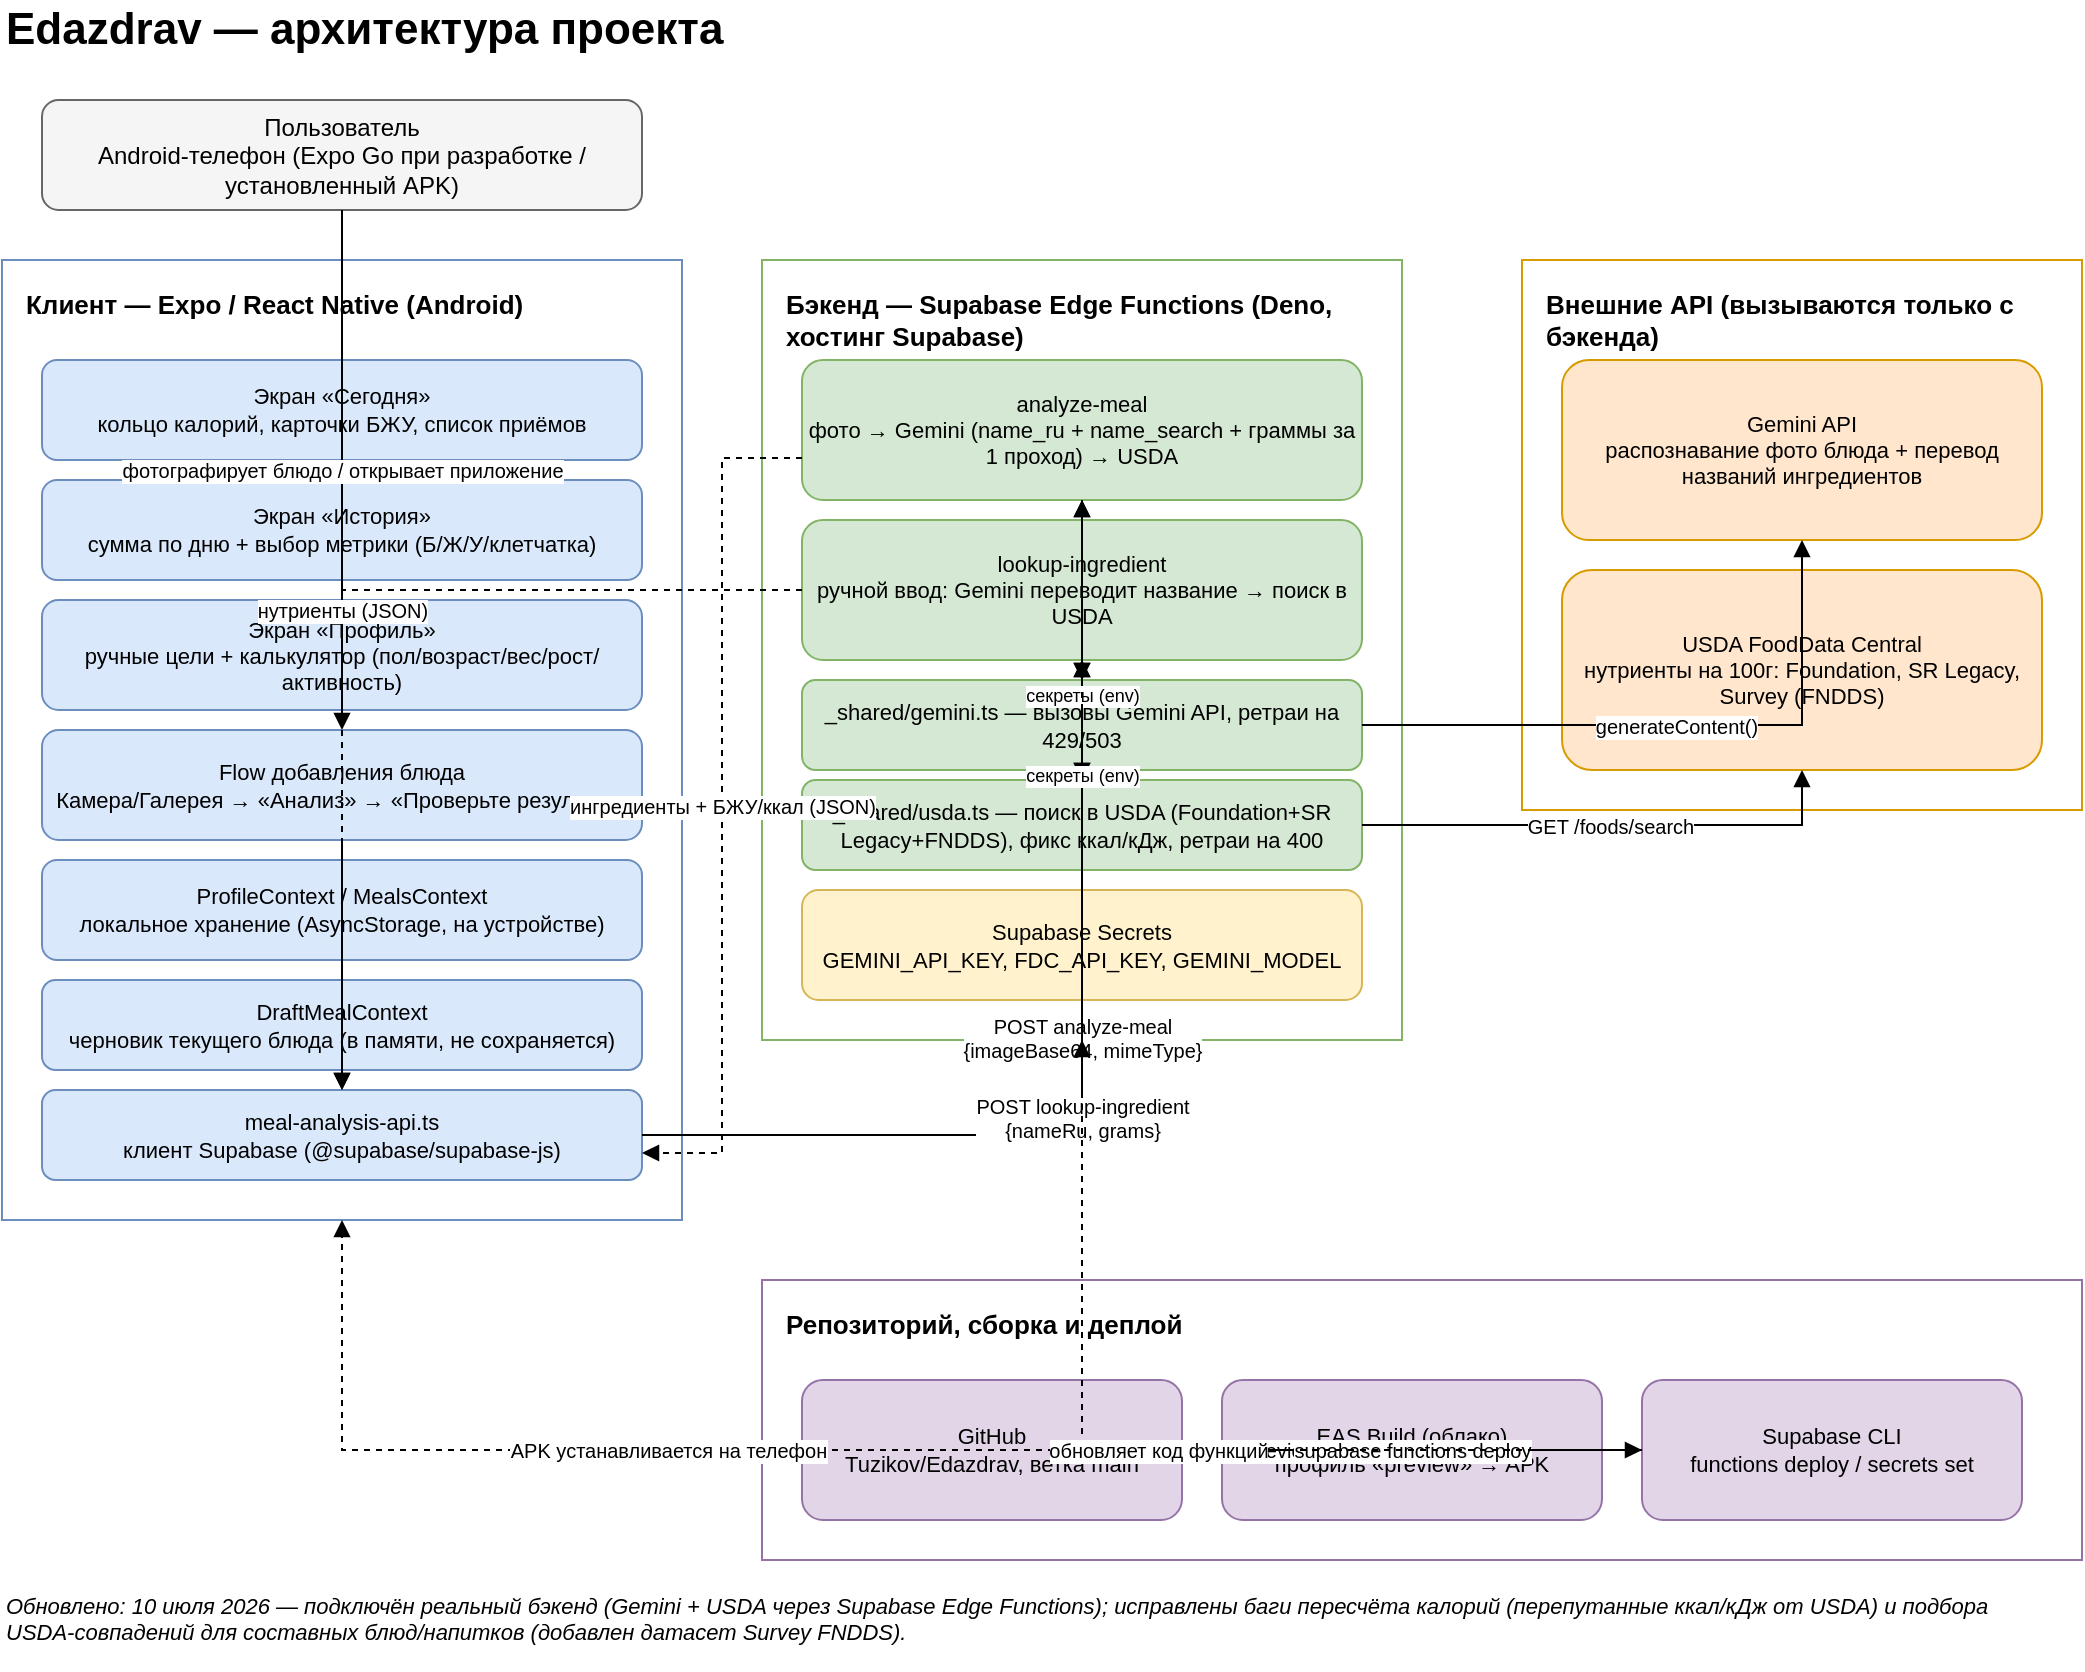
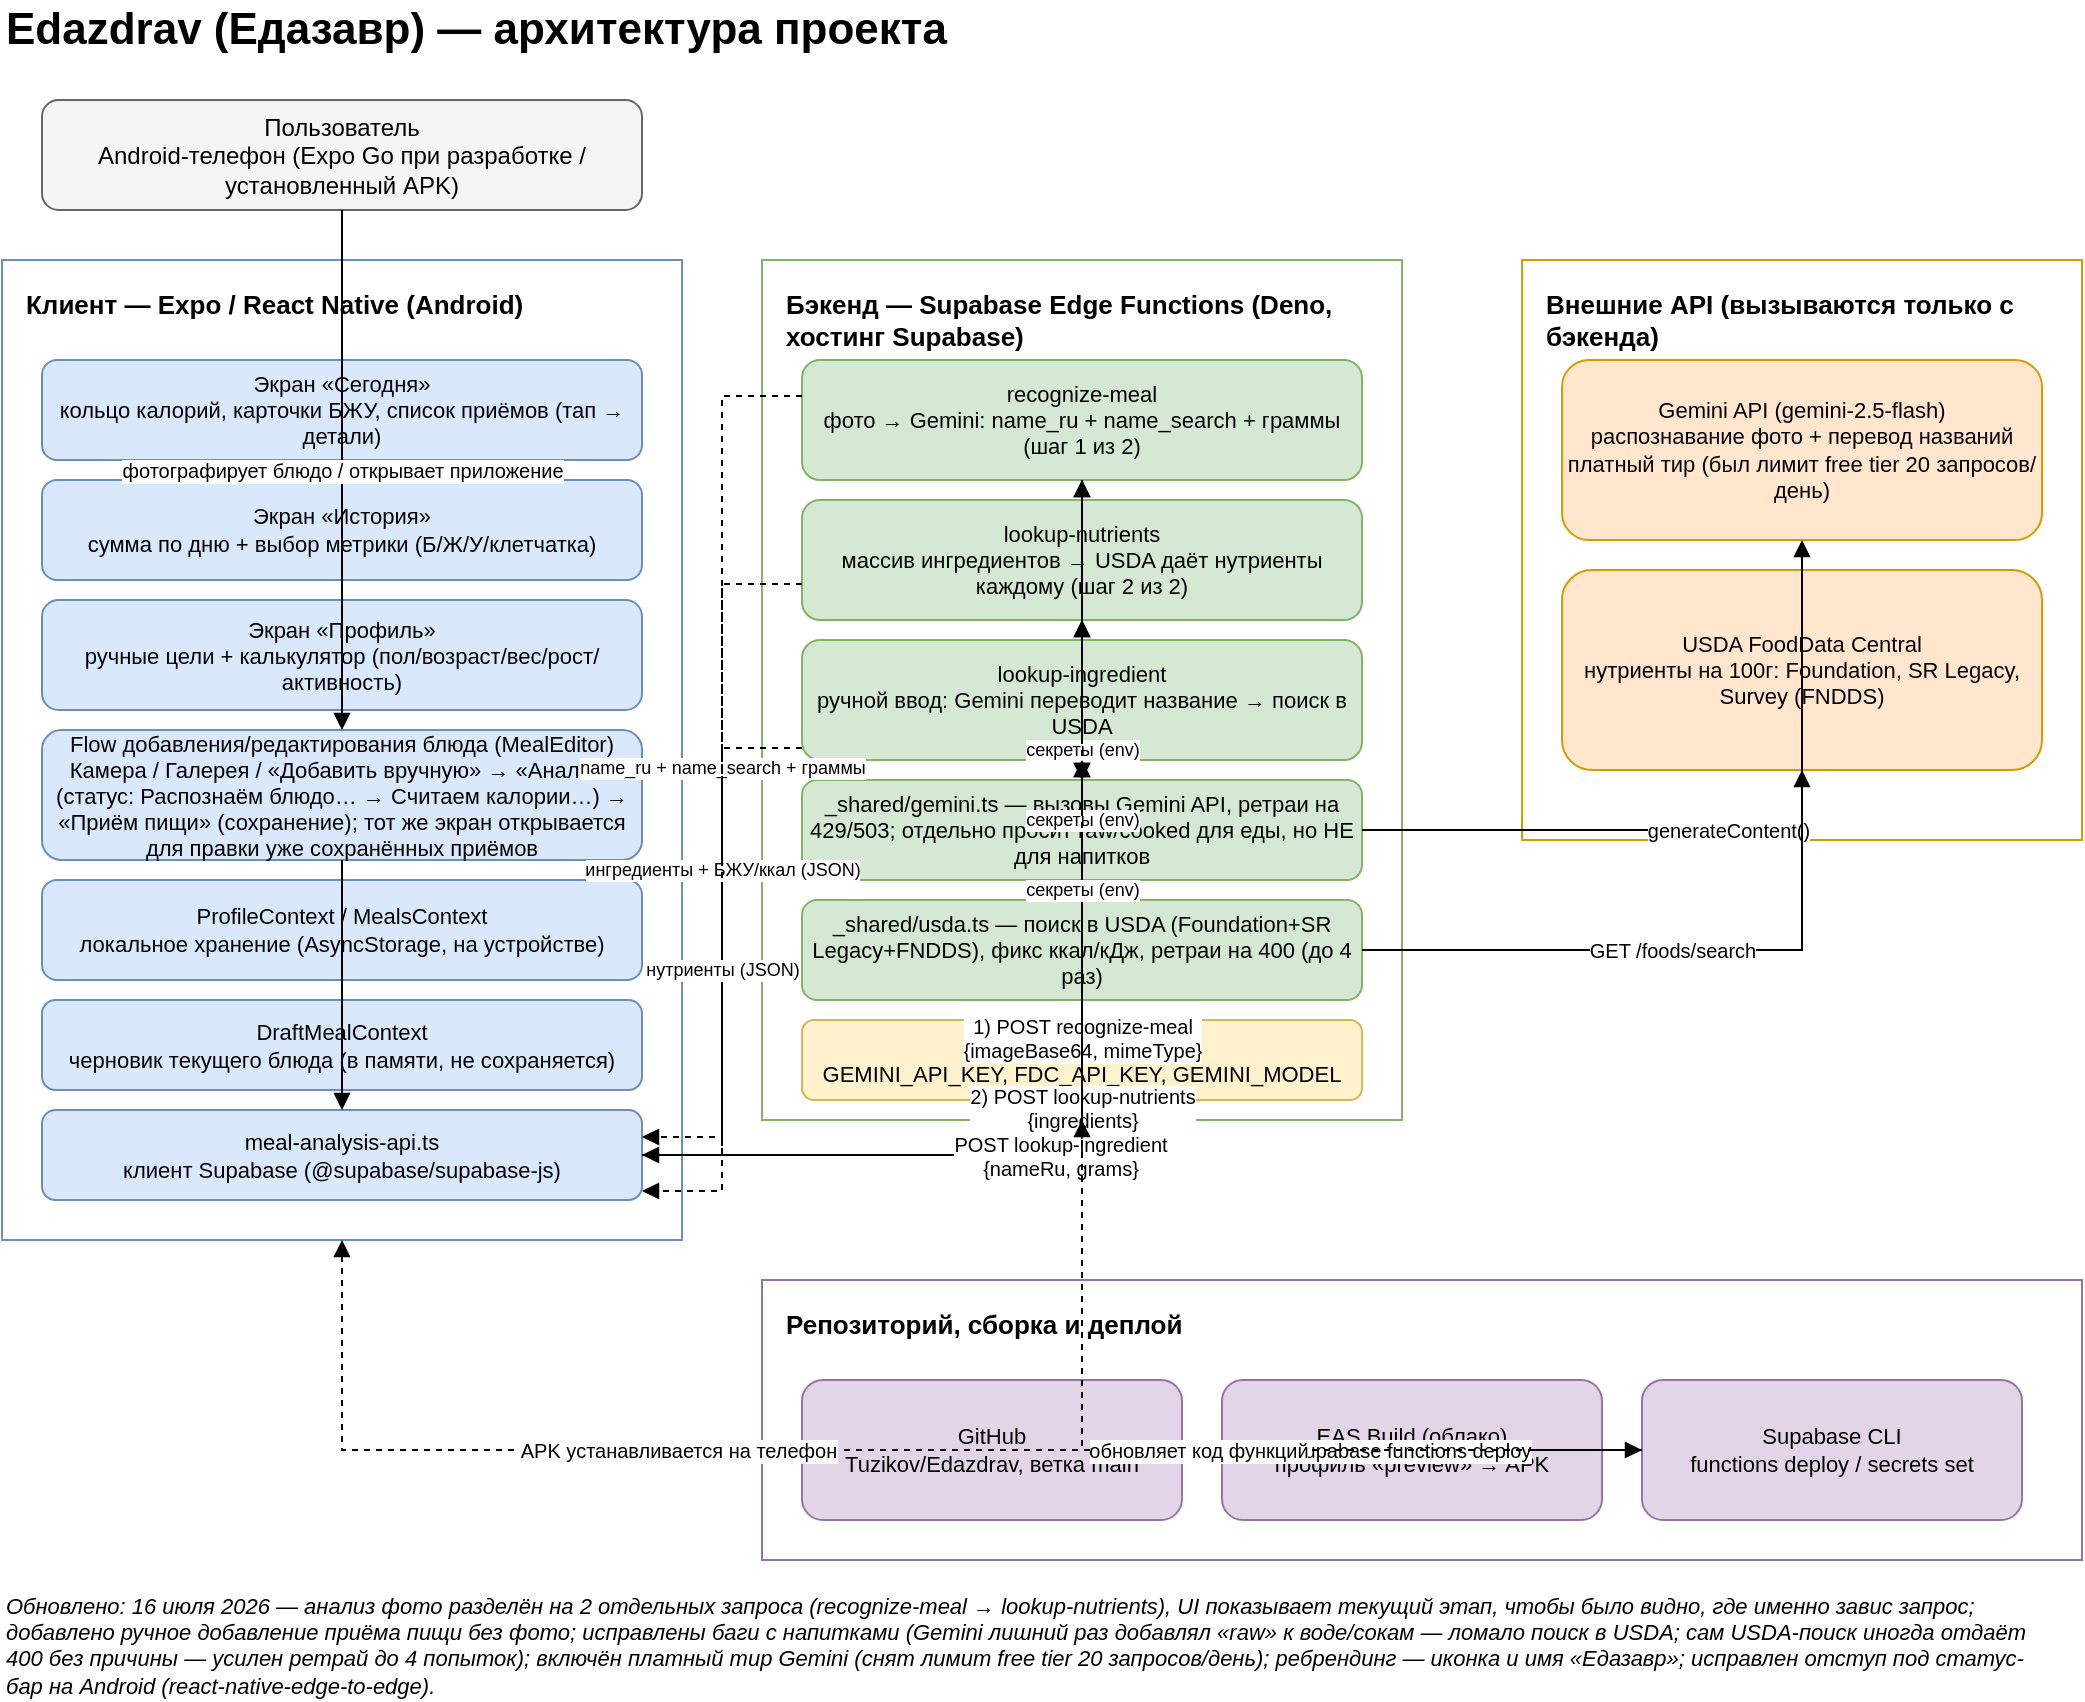
<mxfile host="app.diagrams.net" agent="Claude Code" version="24.7.5">
  <diagram name="Архитектура" id="edazdrav-architecture">
    <mxGraphModel dx="1200" dy="800" grid="1" gridSize="10" guides="1" tooltips="1" connect="1" arrows="1" fold="1" page="1" pageScale="1" pageWidth="1200" pageHeight="900" math="0" shadow="0">
      <root>
        <mxCell id="0" />
        <mxCell id="1" parent="0" />

        <!-- Title -->
-         <mxCell id="title" value="Edazdrav — архитектура проекта" style="text;html=1;fontSize=22;fontStyle=1;align=left;verticalAlign=middle;" vertex="1" parent="1">
+         <mxCell id="title" value="Edazdrav (Едазавр) — архитектура проекта" style="text;html=1;fontSize=22;fontStyle=1;align=left;verticalAlign=middle;" vertex="1" parent="1">
          <mxGeometry x="40" y="10" width="700" height="30" as="geometry" />
        </mxCell>

        <!-- User -->
        <mxCell id="user" value="Пользователь&lt;br&gt;Android-телефон (Expo Go при разработке / установленный APK)" style="rounded=1;whiteSpace=wrap;html=1;fillColor=#f5f5f5;strokeColor=#666666;fontSize=12;" vertex="1" parent="1">
          <mxGeometry x="60" y="60" width="300" height="55" as="geometry" />
        </mxCell>

        <!-- Container 1: Client -->
        <mxCell id="container1" value="Клиент — Expo / React Native (Android)" style="rounded=0;whiteSpace=wrap;html=1;fillColor=none;strokeColor=#6c8ebf;verticalAlign=top;align=left;spacingLeft=10;spacingTop=8;fontStyle=1;fontSize=13;dashed=0;" vertex="1" parent="1">
-           <mxGeometry x="40" y="140" width="340" height="480" as="geometry" />
+           <mxGeometry x="40" y="140" width="340" height="490" as="geometry" />
        </mxCell>

-         <mxCell id="n1" value="Экран «Сегодня»&lt;br&gt;кольцо калорий, карточки БЖУ, список приёмов" style="rounded=1;whiteSpace=wrap;html=1;fillColor=#dae8fc;strokeColor=#6c8ebf;fontSize=11;" vertex="1" parent="1">
+         <mxCell id="n1" value="Экран «Сегодня»&lt;br&gt;кольцо калорий, карточки БЖУ, список приёмов (тап → детали)" style="rounded=1;whiteSpace=wrap;html=1;fillColor=#dae8fc;strokeColor=#6c8ebf;fontSize=11;" vertex="1" parent="1">
          <mxGeometry x="60" y="190" width="300" height="50" as="geometry" />
        </mxCell>
        <mxCell id="n2" value="Экран «История»&lt;br&gt;сумма по дню + выбор метрики (Б/Ж/У/клетчатка)" style="rounded=1;whiteSpace=wrap;html=1;fillColor=#dae8fc;strokeColor=#6c8ebf;fontSize=11;" vertex="1" parent="1">
          <mxGeometry x="60" y="250" width="300" height="50" as="geometry" />
        </mxCell>
        <mxCell id="n3" value="Экран «Профиль»&lt;br&gt;ручные цели + калькулятор (пол/возраст/вес/рост/активность)" style="rounded=1;whiteSpace=wrap;html=1;fillColor=#dae8fc;strokeColor=#6c8ebf;fontSize=11;" vertex="1" parent="1">
          <mxGeometry x="60" y="310" width="300" height="55" as="geometry" />
        </mxCell>
-         <mxCell id="n4" value="Flow добавления блюда&lt;br&gt;Камера/Галерея → «Анализ» → «Проверьте результат»" style="rounded=1;whiteSpace=wrap;html=1;fillColor=#dae8fc;strokeColor=#6c8ebf;fontSize=11;" vertex="1" parent="1">
-           <mxGeometry x="60" y="375" width="300" height="55" as="geometry" />
+         <mxCell id="n4" value="Flow добавления/редактирования блюда (MealEditor)&lt;br&gt;Камера / Галерея / «Добавить вручную» → «Анализ» (статус: Распознаём блюдо… → Считаем калории…) → «Приём пищи» (сохранение); тот же экран открывается для правки уже сохранённых приёмов" style="rounded=1;whiteSpace=wrap;html=1;fillColor=#dae8fc;strokeColor=#6c8ebf;fontSize=11;" vertex="1" parent="1">
+           <mxGeometry x="60" y="375" width="300" height="65" as="geometry" />
        </mxCell>
        <mxCell id="n5" value="ProfileContext / MealsContext&lt;br&gt;локальное хранение (AsyncStorage, на устройстве)" style="rounded=1;whiteSpace=wrap;html=1;fillColor=#dae8fc;strokeColor=#6c8ebf;fontSize=11;" vertex="1" parent="1">
-           <mxGeometry x="60" y="440" width="300" height="50" as="geometry" />
+           <mxGeometry x="60" y="450" width="300" height="50" as="geometry" />
        </mxCell>
        <mxCell id="n6" value="DraftMealContext&lt;br&gt;черновик текущего блюда (в памяти, не сохраняется)" style="rounded=1;whiteSpace=wrap;html=1;fillColor=#dae8fc;strokeColor=#6c8ebf;fontSize=11;" vertex="1" parent="1">
-           <mxGeometry x="60" y="500" width="300" height="45" as="geometry" />
+           <mxGeometry x="60" y="510" width="300" height="45" as="geometry" />
        </mxCell>
        <mxCell id="n7" value="meal-analysis-api.ts&lt;br&gt;клиент Supabase (@supabase/supabase-js)" style="rounded=1;whiteSpace=wrap;html=1;fillColor=#dae8fc;strokeColor=#6c8ebf;fontSize=11;" vertex="1" parent="1">
-           <mxGeometry x="60" y="555" width="300" height="45" as="geometry" />
+           <mxGeometry x="60" y="565" width="300" height="45" as="geometry" />
        </mxCell>

        <!-- Container 2: Backend -->
        <mxCell id="container2" value="Бэкенд — Supabase Edge Functions (Deno, хостинг Supabase)" style="rounded=0;whiteSpace=wrap;html=1;fillColor=none;strokeColor=#82b366;verticalAlign=top;align=left;spacingLeft=10;spacingTop=8;fontStyle=1;fontSize=13;dashed=0;" vertex="1" parent="1">
-           <mxGeometry x="420" y="140" width="320" height="390" as="geometry" />
+           <mxGeometry x="420" y="140" width="320" height="430" as="geometry" />
        </mxCell>

-         <mxCell id="b1" value="analyze-meal&lt;br&gt;фото → Gemini (name_ru + name_search + граммы за 1 проход) → USDA" style="rounded=1;whiteSpace=wrap;html=1;fillColor=#d5e8d4;strokeColor=#82b366;fontSize=11;" vertex="1" parent="1">
-           <mxGeometry x="440" y="190" width="280" height="70" as="geometry" />
+         <mxCell id="b1a" value="recognize-meal&lt;br&gt;фото → Gemini: name_ru + name_search + граммы (шаг 1 из 2)" style="rounded=1;whiteSpace=wrap;html=1;fillColor=#d5e8d4;strokeColor=#82b366;fontSize=11;" vertex="1" parent="1">
+           <mxGeometry x="440" y="190" width="280" height="60" as="geometry" />
+         </mxCell>
+         <mxCell id="b1b" value="lookup-nutrients&lt;br&gt;массив ингредиентов → USDA даёт нутриенты каждому (шаг 2 из 2)" style="rounded=1;whiteSpace=wrap;html=1;fillColor=#d5e8d4;strokeColor=#82b366;fontSize=11;" vertex="1" parent="1">
+           <mxGeometry x="440" y="260" width="280" height="60" as="geometry" />
        </mxCell>
        <mxCell id="b2" value="lookup-ingredient&lt;br&gt;ручной ввод: Gemini переводит название → поиск в USDA" style="rounded=1;whiteSpace=wrap;html=1;fillColor=#d5e8d4;strokeColor=#82b366;fontSize=11;" vertex="1" parent="1">
-           <mxGeometry x="440" y="270" width="280" height="70" as="geometry" />
+           <mxGeometry x="440" y="330" width="280" height="60" as="geometry" />
        </mxCell>
-         <mxCell id="b3" value="_shared/gemini.ts — вызовы Gemini API, ретраи на 429/503" style="rounded=1;whiteSpace=wrap;html=1;fillColor=#d5e8d4;strokeColor=#82b366;fontSize=11;" vertex="1" parent="1">
-           <mxGeometry x="440" y="350" width="280" height="45" as="geometry" />
+         <mxCell id="b3" value="_shared/gemini.ts — вызовы Gemini API, ретраи на 429/503; отдельно просит raw/cooked для еды, но НЕ для напитков" style="rounded=1;whiteSpace=wrap;html=1;fillColor=#d5e8d4;strokeColor=#82b366;fontSize=11;" vertex="1" parent="1">
+           <mxGeometry x="440" y="400" width="280" height="50" as="geometry" />
        </mxCell>
-         <mxCell id="b4" value="_shared/usda.ts — поиск в USDA (Foundation+SR Legacy+FNDDS), фикс ккал/кДж, ретраи на 400" style="rounded=1;whiteSpace=wrap;html=1;fillColor=#d5e8d4;strokeColor=#82b366;fontSize=11;" vertex="1" parent="1">
-           <mxGeometry x="440" y="400" width="280" height="45" as="geometry" />
+         <mxCell id="b4" value="_shared/usda.ts — поиск в USDA (Foundation+SR Legacy+FNDDS), фикс ккал/кДж, ретраи на 400 (до 4 раз)" style="rounded=1;whiteSpace=wrap;html=1;fillColor=#d5e8d4;strokeColor=#82b366;fontSize=11;" vertex="1" parent="1">
+           <mxGeometry x="440" y="460" width="280" height="50" as="geometry" />
        </mxCell>
        <mxCell id="b5" value="Supabase Secrets&lt;br&gt;GEMINI_API_KEY, FDC_API_KEY, GEMINI_MODEL" style="rounded=1;whiteSpace=wrap;html=1;fillColor=#fff2cc;strokeColor=#d6b656;fontSize=11;" vertex="1" parent="1">
-           <mxGeometry x="440" y="455" width="280" height="55" as="geometry" />
+           <mxGeometry x="440" y="520" width="280" height="40" as="geometry" />
        </mxCell>

        <!-- Container 3: External APIs -->
        <mxCell id="container3" value="Внешние API (вызываются только с бэкенда)" style="rounded=0;whiteSpace=wrap;html=1;fillColor=none;strokeColor=#d79b00;verticalAlign=top;align=left;spacingLeft=10;spacingTop=8;fontStyle=1;fontSize=13;dashed=0;" vertex="1" parent="1">
-           <mxGeometry x="800" y="140" width="280" height="275" as="geometry" />
+           <mxGeometry x="800" y="140" width="280" height="290" as="geometry" />
        </mxCell>

-         <mxCell id="e1" value="Gemini API&lt;br&gt;распознавание фото блюда + перевод названий ингредиентов" style="rounded=1;whiteSpace=wrap;html=1;fillColor=#ffe6cc;strokeColor=#d79b00;fontSize=11;" vertex="1" parent="1">
+         <mxCell id="e1" value="Gemini API (gemini-2.5-flash)&lt;br&gt;распознавание фото + перевод названий&lt;br&gt;платный тир (был лимит free tier 20 запросов/день)" style="rounded=1;whiteSpace=wrap;html=1;fillColor=#ffe6cc;strokeColor=#d79b00;fontSize=11;" vertex="1" parent="1">
          <mxGeometry x="820" y="190" width="240" height="90" as="geometry" />
        </mxCell>
        <mxCell id="e2" value="USDA FoodData Central&lt;br&gt;нутриенты на 100г: Foundation, SR Legacy, Survey (FNDDS)" style="rounded=1;whiteSpace=wrap;html=1;fillColor=#ffe6cc;strokeColor=#d79b00;fontSize=11;" vertex="1" parent="1">
          <mxGeometry x="820" y="295" width="240" height="100" as="geometry" />
        </mxCell>

        <!-- Container 4: Build & Deploy -->
        <mxCell id="container4" value="Репозиторий, сборка и деплой" style="rounded=0;whiteSpace=wrap;html=1;fillColor=none;strokeColor=#9673a6;verticalAlign=top;align=left;spacingLeft=10;spacingTop=8;fontStyle=1;fontSize=13;dashed=0;" vertex="1" parent="1">
          <mxGeometry x="420" y="650" width="660" height="140" as="geometry" />
        </mxCell>

        <mxCell id="d1" value="GitHub&lt;br&gt;Tuzikov/Edazdrav, ветка main" style="rounded=1;whiteSpace=wrap;html=1;fillColor=#e1d5e7;strokeColor=#9673a6;fontSize=11;" vertex="1" parent="1">
          <mxGeometry x="440" y="700" width="190" height="70" as="geometry" />
        </mxCell>
        <mxCell id="d2" value="EAS Build (облако)&lt;br&gt;профиль «preview» → APK" style="rounded=1;whiteSpace=wrap;html=1;fillColor=#e1d5e7;strokeColor=#9673a6;fontSize=11;" vertex="1" parent="1">
          <mxGeometry x="650" y="700" width="190" height="70" as="geometry" />
        </mxCell>
        <mxCell id="d3" value="Supabase CLI&lt;br&gt;functions deploy / secrets set" style="rounded=1;whiteSpace=wrap;html=1;fillColor=#e1d5e7;strokeColor=#9673a6;fontSize=11;" vertex="1" parent="1">
          <mxGeometry x="860" y="700" width="190" height="70" as="geometry" />
        </mxCell>

        <!-- Legend / note -->
-         <mxCell id="note" value="Обновлено: 10 июля 2026 — подключён реальный бэкенд (Gemini + USDA через Supabase Edge Functions); исправлены баги пересчёта калорий (перепутанные ккал/кДж от USDA) и подбора USDA-совпадений для составных блюд/напитков (добавлен датасет Survey FNDDS)." style="text;html=1;fontSize=11;fontStyle=2;align=left;verticalAlign=top;whiteSpace=wrap;fillColor=none;" vertex="1" parent="1">
-           <mxGeometry x="40" y="800" width="1020" height="45" as="geometry" />
+         <mxCell id="note" value="Обновлено: 16 июля 2026 — анализ фото разделён на 2 отдельных запроса (recognize-meal → lookup-nutrients), UI показывает текущий этап, чтобы было видно, где именно завис запрос; добавлено ручное добавление приёма пищи без фото; исправлены баги с напитками (Gemini лишний раз добавлял «raw» к воде/сокам — ломало поиск в USDA; сам USDA-поиск иногда отдаёт 400 без причины — усилен ретрай до 4 попыток); включён платный тир Gemini (снят лимит free tier 20 запросов/день); ребрендинг — иконка и имя «Едазавр»; исправлен отступ под статус-бар на Android (react-native-edge-to-edge)." style="text;html=1;fontSize=11;fontStyle=2;align=left;verticalAlign=top;whiteSpace=wrap;fillColor=none;" vertex="1" parent="1">
+           <mxGeometry x="40" y="800" width="1020" height="60" as="geometry" />
        </mxCell>

        <!-- Edges -->
        <mxCell id="e_user_n4" value="фотографирует блюдо / открывает приложение" style="edgeStyle=orthogonalEdgeStyle;rounded=0;html=1;endArrow=block;fontSize=10;" edge="1" parent="1" source="user" target="n4">
          <mxGeometry relative="1" as="geometry" />
        </mxCell>
        <mxCell id="e_n4_n7" style="edgeStyle=orthogonalEdgeStyle;rounded=0;html=1;endArrow=block;fontSize=10;" edge="1" parent="1" source="n4" target="n7">
          <mxGeometry relative="1" as="geometry" />
        </mxCell>

-         <mxCell id="e_n7_b1" value="POST analyze-meal&lt;br&gt;{imageBase64, mimeType}" style="edgeStyle=orthogonalEdgeStyle;rounded=0;html=1;endArrow=block;fontSize=10;" edge="1" parent="1" source="n7" target="b1">
+         <mxCell id="e_n7_b1a" value="1) POST recognize-meal&lt;br&gt;{imageBase64, mimeType}" style="edgeStyle=orthogonalEdgeStyle;rounded=0;html=1;endArrow=block;fontSize=10;" edge="1" parent="1" source="n7" target="b1a">
          <mxGeometry relative="1" as="geometry" />
        </mxCell>
-         <mxCell id="e_b1_n7" value="ингредиенты + БЖУ/ккал (JSON)" style="edgeStyle=orthogonalEdgeStyle;rounded=0;html=1;endArrow=block;dashed=1;fontSize=10;exitX=0;exitY=0.7;entryX=1;entryY=0.7;" edge="1" parent="1" source="b1" target="n7">
+         <mxCell id="e_b1a_n7" value="name_ru + name_search + граммы" style="edgeStyle=orthogonalEdgeStyle;rounded=0;html=1;endArrow=block;dashed=1;fontSize=9;exitX=0;exitY=0.3;entryX=1;entryY=0.3;" edge="1" parent="1" source="b1a" target="n7">
+           <mxGeometry relative="1" as="geometry" />
+         </mxCell>
+         <mxCell id="e_n7_b1b" value="2) POST lookup-nutrients&lt;br&gt;{ingredients}" style="edgeStyle=orthogonalEdgeStyle;rounded=0;html=1;endArrow=block;fontSize=10;" edge="1" parent="1" source="n7" target="b1b">
+           <mxGeometry relative="1" as="geometry" />
+         </mxCell>
+         <mxCell id="e_b1b_n7" value="ингредиенты + БЖУ/ккал (JSON)" style="edgeStyle=orthogonalEdgeStyle;rounded=0;html=1;endArrow=block;dashed=1;fontSize=9;exitX=0;exitY=0.7;entryX=1;entryY=0.5;" edge="1" parent="1" source="b1b" target="n7">
          <mxGeometry relative="1" as="geometry" />
        </mxCell>
        <mxCell id="e_n7_b2" value="POST lookup-ingredient&lt;br&gt;{nameRu, grams}" style="edgeStyle=orthogonalEdgeStyle;rounded=0;html=1;endArrow=block;fontSize=10;" edge="1" parent="1" source="n7" target="b2">
          <mxGeometry relative="1" as="geometry" />
        </mxCell>
-         <mxCell id="e_b2_n7" value="нутриенты (JSON)" style="edgeStyle=orthogonalEdgeStyle;rounded=0;html=1;endArrow=block;dashed=1;fontSize=10;" edge="1" parent="1" source="b2" target="n7">
+         <mxCell id="e_b2_n7" value="нутриенты (JSON)" style="edgeStyle=orthogonalEdgeStyle;rounded=0;html=1;endArrow=block;dashed=1;fontSize=9;exitX=0;exitY=0.9;entryX=1;entryY=0.9;" edge="1" parent="1" source="b2" target="n7">
          <mxGeometry relative="1" as="geometry" />
        </mxCell>

-         <mxCell id="e_b1_b3" style="edgeStyle=orthogonalEdgeStyle;rounded=0;html=1;endArrow=block;fontSize=10;" edge="1" parent="1" source="b1" target="b3">
+         <mxCell id="e_b1a_b3" style="edgeStyle=orthogonalEdgeStyle;rounded=0;html=1;endArrow=block;fontSize=10;" edge="1" parent="1" source="b1a" target="b3">
          <mxGeometry relative="1" as="geometry" />
        </mxCell>
-         <mxCell id="e_b1_b4" style="edgeStyle=orthogonalEdgeStyle;rounded=0;html=1;endArrow=block;fontSize=10;" edge="1" parent="1" source="b1" target="b4">
+         <mxCell id="e_b1b_b4" style="edgeStyle=orthogonalEdgeStyle;rounded=0;html=1;endArrow=block;fontSize=10;" edge="1" parent="1" source="b1b" target="b4">
          <mxGeometry relative="1" as="geometry" />
        </mxCell>
        <mxCell id="e_b2_b3" style="edgeStyle=orthogonalEdgeStyle;rounded=0;html=1;endArrow=block;fontSize=10;" edge="1" parent="1" source="b2" target="b3">
          <mxGeometry relative="1" as="geometry" />
        </mxCell>
        <mxCell id="e_b2_b4" style="edgeStyle=orthogonalEdgeStyle;rounded=0;html=1;endArrow=block;fontSize=10;" edge="1" parent="1" source="b2" target="b4">
          <mxGeometry relative="1" as="geometry" />
        </mxCell>

        <mxCell id="e_b3_e1" value="generateContent()" style="edgeStyle=orthogonalEdgeStyle;rounded=0;html=1;endArrow=block;fontSize=10;" edge="1" parent="1" source="b3" target="e1">
          <mxGeometry relative="1" as="geometry" />
        </mxCell>
        <mxCell id="e_b4_e2" value="GET /foods/search" style="edgeStyle=orthogonalEdgeStyle;rounded=0;html=1;endArrow=block;fontSize=10;" edge="1" parent="1" source="b4" target="e2">
          <mxGeometry relative="1" as="geometry" />
        </mxCell>

-         <mxCell id="e_b5_b1" value="секреты (env)" style="edgeStyle=orthogonalEdgeStyle;rounded=0;html=1;endArrow=block;dashed=1;fontSize=9;" edge="1" parent="1" source="b5" target="b1">
+         <mxCell id="e_b5_b1a" value="секреты (env)" style="edgeStyle=orthogonalEdgeStyle;rounded=0;html=1;endArrow=block;dashed=1;fontSize=9;" edge="1" parent="1" source="b5" target="b1a">
+           <mxGeometry relative="1" as="geometry" />
+         </mxCell>
+         <mxCell id="e_b5_b1b" value="секреты (env)" style="edgeStyle=orthogonalEdgeStyle;rounded=0;html=1;endArrow=block;dashed=1;fontSize=9;" edge="1" parent="1" source="b5" target="b1b">
          <mxGeometry relative="1" as="geometry" />
        </mxCell>
        <mxCell id="e_b5_b2" value="секреты (env)" style="edgeStyle=orthogonalEdgeStyle;rounded=0;html=1;endArrow=block;dashed=1;fontSize=9;" edge="1" parent="1" source="b5" target="b2">
          <mxGeometry relative="1" as="geometry" />
        </mxCell>

        <mxCell id="e_d1_d2" value="eas build --profile preview" style="edgeStyle=orthogonalEdgeStyle;rounded=0;html=1;endArrow=block;fontSize=10;" edge="1" parent="1" source="d1" target="d2">
          <mxGeometry relative="1" as="geometry" />
        </mxCell>
        <mxCell id="e_d1_d3" value="supabase functions deploy" style="edgeStyle=orthogonalEdgeStyle;rounded=0;html=1;endArrow=block;fontSize=10;" edge="1" parent="1" source="d1" target="d3">
          <mxGeometry relative="1" as="geometry" />
        </mxCell>
        <mxCell id="e_d2_c1" value="APK устанавливается на телефон" style="edgeStyle=orthogonalEdgeStyle;rounded=0;html=1;endArrow=block;fontSize=10;dashed=1;" edge="1" parent="1" source="d2" target="container1">
          <mxGeometry relative="1" as="geometry" />
        </mxCell>
        <mxCell id="e_d3_c2" value="обновляет код функций" style="edgeStyle=orthogonalEdgeStyle;rounded=0;html=1;endArrow=block;fontSize=10;dashed=1;" edge="1" parent="1" source="d3" target="container2">
          <mxGeometry relative="1" as="geometry" />
        </mxCell>

      </root>
    </mxGraphModel>
  </diagram>
</mxfile>
